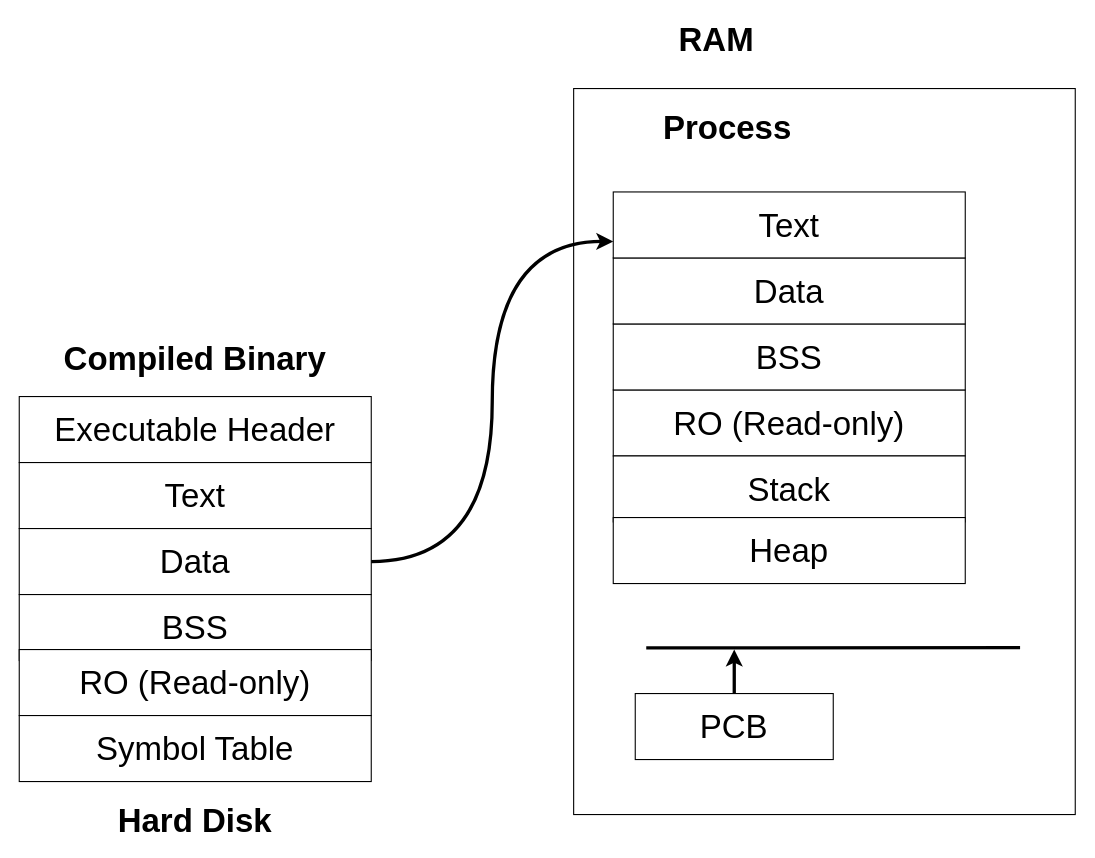
Earlier version of the draw.io diagram page "Page-3" (3 of 5) of cosa-docs/day2/day2.drawio (utkarshpratap2002/learnedinDITISS). Source tidied: cells renumbered, new cells numbered last; positions are measured from the earlier drawing's top-left corner, leaving out a move shared by most shapes. Both pictures are drawn from the tidied source at 110%, with x=0, y=0 at pixel (19, 22).
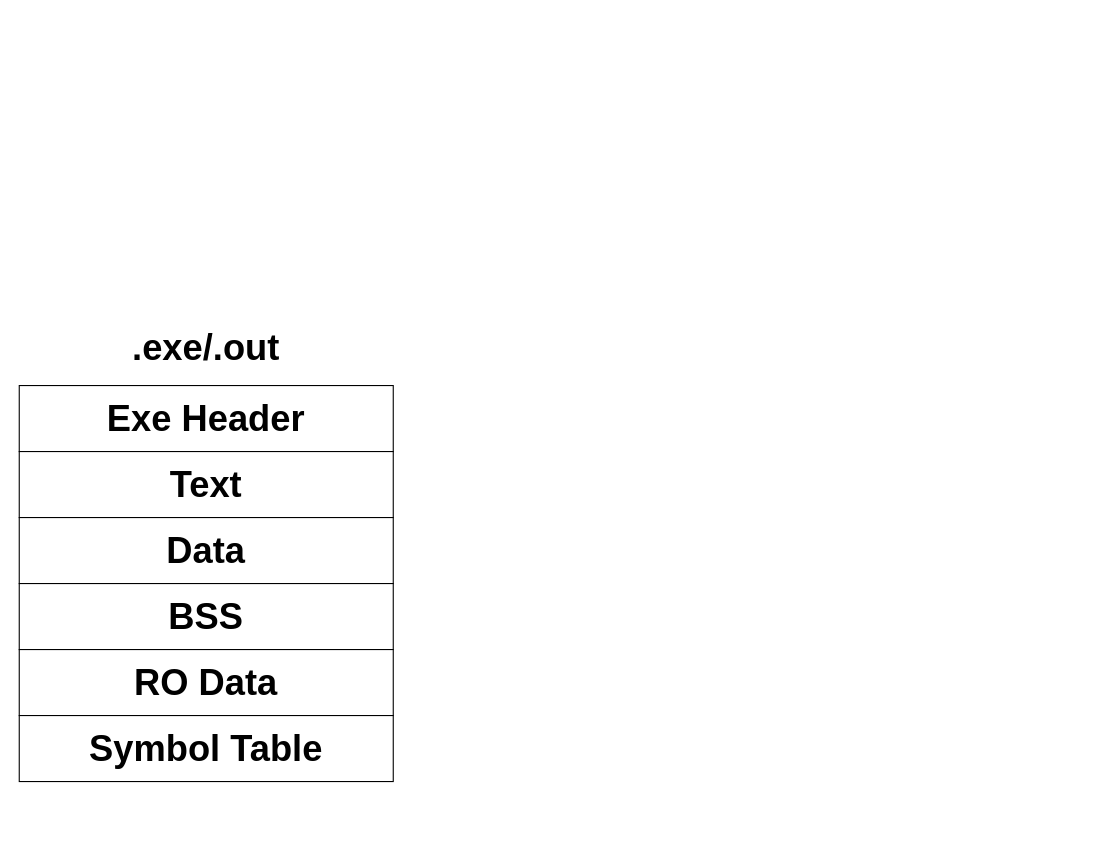
The same page after the edit.

What changed in the source:
```diff
@@
-    <mxCell id="2" value="Executable Header" style="whiteSpace=wrap;html=1;fontSize=30;" parent="1" vertex="1">
-      <mxGeometry y="340" width="320" height="60" as="geometry" />
-    </mxCell>
-    <mxCell id="3" value="Text" style="whiteSpace=wrap;html=1;fontSize=30;" parent="1" vertex="1">
-      <mxGeometry y="400" width="320" height="60" as="geometry" />
-    </mxCell>
-    <mxCell id="4" value="Data" style="whiteSpace=wrap;html=1;fontSize=30;" parent="1" vertex="1">
-      <mxGeometry y="460" width="320" height="60" as="geometry" />
-    </mxCell>
-    <mxCell id="5" value="BSS" style="whiteSpace=wrap;html=1;fontSize=30;" parent="1" vertex="1">
-      <mxGeometry y="520" width="320" height="60" as="geometry" />
-    </mxCell>
-    <mxCell id="6" value="RO (Read-only)" style="whiteSpace=wrap;html=1;fontSize=30;" parent="1" vertex="1">
-      <mxGeometry y="570" width="320" height="60" as="geometry" />
-    </mxCell>
+    <mxCell id="23" value="Exe Header" style="whiteSpace=wrap;html=1;fontFamily=Helvetica;fontSize=33;fontStyle=1;" parent="1" vertex="1">
+      <mxGeometry y="330" width="340" height="60" as="geometry" />
+    </mxCell>
+    <mxCell id="24" value="Text" style="whiteSpace=wrap;html=1;fontFamily=Helvetica;fontSize=33;fontStyle=1;" parent="1" vertex="1">
+      <mxGeometry y="390" width="340" height="60" as="geometry" />
+    </mxCell>
+    <mxCell id="25" value="Data" style="whiteSpace=wrap;html=1;fontFamily=Helvetica;fontSize=33;fontStyle=1;" parent="1" vertex="1">
+      <mxGeometry y="450" width="340" height="60" as="geometry" />
+    </mxCell>
+    <mxCell id="26" value="BSS" style="whiteSpace=wrap;html=1;fontFamily=Helvetica;fontSize=33;fontStyle=1;" parent="1" vertex="1">
+      <mxGeometry y="510" width="340" height="60" as="geometry" />
+    </mxCell>
+    <mxCell id="27" value="RO Data" style="whiteSpace=wrap;html=1;fontFamily=Helvetica;fontSize=33;fontStyle=1;" parent="1" vertex="1">
+      <mxGeometry y="570" width="340" height="60" as="geometry" />
+    </mxCell>
-    <mxCell id="7" value="Symbol Table" style="whiteSpace=wrap;html=1;fontSize=30;" parent="1" vertex="1">
-      <mxGeometry y="630" width="320" height="60" as="geometry" />
+    <mxCell id="7" value="Symbol Table" style="whiteSpace=wrap;html=1;fontFamily=Helvetica;fontSize=33;fontStyle=1;" parent="1" vertex="1">
+      <mxGeometry y="630" width="340" height="60" as="geometry" />
     </mxCell>
-    <mxCell id="8" value="Compiled Binary" style="text;strokeColor=none;align=center;fillColor=none;html=1;verticalAlign=middle;whiteSpace=wrap;rounded=0;fontSize=30;fontStyle=1;" parent="1" vertex="1">
-      <mxGeometry x="30" y="290" width="260" height="30" as="geometry" />
-    </mxCell>
-    <mxCell id="9" value="Hard Disk" style="text;strokeColor=none;align=center;fillColor=none;html=1;verticalAlign=middle;whiteSpace=wrap;rounded=0;fontSize=30;fontStyle=1;" parent="1" vertex="1">
-      <mxGeometry x="70" y="710" width="180" height="30" as="geometry" />
-    </mxCell>
-    <mxCell id="10" style="whiteSpace=wrap;html=1;fontSize=30;" parent="1" vertex="1">
-      <mxGeometry x="504" y="60" width="456" height="660" as="geometry" />
-    </mxCell>
-    <mxCell id="11" style="edgeStyle=none;jettySize=auto;html=1;fontSize=30;curved=1;endArrow=none;endFill=0;strokeWidth=3;entryX=0.89;entryY=0.77;entryDx=0;entryDy=0;entryPerimeter=0;" parent="1" edge="1" target="10">
-      <mxGeometry relative="1" as="geometry">
-        <mxPoint x="570" y="568.5" as="sourcePoint" />
-      </mxGeometry>
-    </mxCell>
-    <mxCell id="12" style="edgeStyle=orthogonalEdgeStyle;curved=1;html=1;strokeWidth=3;fontSize=30;endArrow=classic;endFill=1;" parent="1" edge="1" source="13">
-      <mxGeometry relative="1" as="geometry">
-        <mxPoint x="650" y="570" as="targetPoint" />
-      </mxGeometry>
-    </mxCell>
-    <mxCell id="13" value="PCB" style="whiteSpace=wrap;html=1;fontSize=30;" parent="1" vertex="1">
-      <mxGeometry x="560" y="610" width="180" height="60" as="geometry" />
-    </mxCell>
-    <mxCell id="14" value="RAM" style="text;strokeColor=none;align=center;fillColor=none;html=1;verticalAlign=middle;whiteSpace=wrap;rounded=0;fontSize=30;fontStyle=1;" parent="1" vertex="1">
-      <mxGeometry x="504" width="260" height="30" as="geometry" />
-    </mxCell>
-    <mxCell id="15" value="Process" style="text;strokeColor=none;align=center;fillColor=none;html=1;verticalAlign=middle;whiteSpace=wrap;rounded=0;fontSize=30;fontStyle=1;" parent="1" vertex="1">
-      <mxGeometry x="514" y="80" width="260" height="30" as="geometry" />
-    </mxCell>
-    <mxCell id="16" value="RO (Read-only)" style="whiteSpace=wrap;html=1;fontSize=30;" parent="1" vertex="1">
-      <mxGeometry x="540" y="334" width="320" height="60" as="geometry" />
-    </mxCell>
-    <mxCell id="17" value="BSS" style="whiteSpace=wrap;html=1;fontSize=30;" parent="1" vertex="1">
-      <mxGeometry x="540" y="274" width="320" height="60" as="geometry" />
-    </mxCell>
-    <mxCell id="18" value="Data" style="whiteSpace=wrap;html=1;fontSize=30;" parent="1" vertex="1">
-      <mxGeometry x="540" y="214" width="320" height="60" as="geometry" />
-    </mxCell>
-    <mxCell id="19" value="Text" style="whiteSpace=wrap;html=1;fontSize=30;" parent="1" vertex="1">
-      <mxGeometry x="540" y="154" width="320" height="60" as="geometry" />
-    </mxCell>
-    <mxCell id="20" style="edgeStyle=orthogonalEdgeStyle;curved=1;html=1;entryX=0;entryY=0.75;entryDx=0;entryDy=0;strokeWidth=3;fontSize=30;endArrow=classic;endFill=1;" parent="1" edge="1" source="4" target="19">
-      <mxGeometry relative="1" as="geometry" />
-    </mxCell>
-    <mxCell id="21" value="Stack" style="whiteSpace=wrap;html=1;fontSize=30;" parent="1" vertex="1">
-      <mxGeometry x="540" y="394" width="320" height="60" as="geometry" />
-    </mxCell>
-    <mxCell id="22" value="Heap" style="whiteSpace=wrap;html=1;fontSize=30;" parent="1" vertex="1">
-      <mxGeometry x="540" y="450" width="320" height="60" as="geometry" />
-    </mxCell>
+    <mxCell id="28" value=".exe/.out" style="text;strokeColor=none;align=center;fillColor=none;html=1;verticalAlign=middle;whiteSpace=wrap;rounded=0;fontFamily=Helvetica;fontSize=33;fontStyle=1;" parent="1" vertex="1">
+      <mxGeometry x="85" y="280" width="170" height="30" as="geometry" />
+    </mxCell>
```
